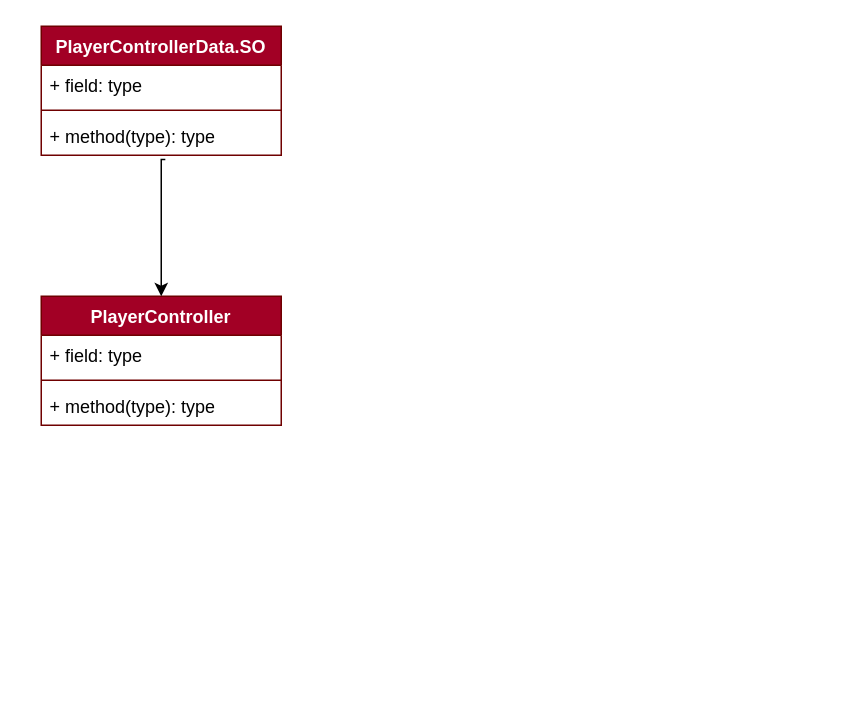
Above: MarketGame.drawio in jackwak/UML (draw.io), before the change. Source tidied: cells renumbered, new cells numbered last; positions are measured from the earlier drawing's top-left corner, leaving out a move shared by most shapes. Both pictures are drawn from the tidied source at 150%, with x=0, y=0 at pixel (40, 26).
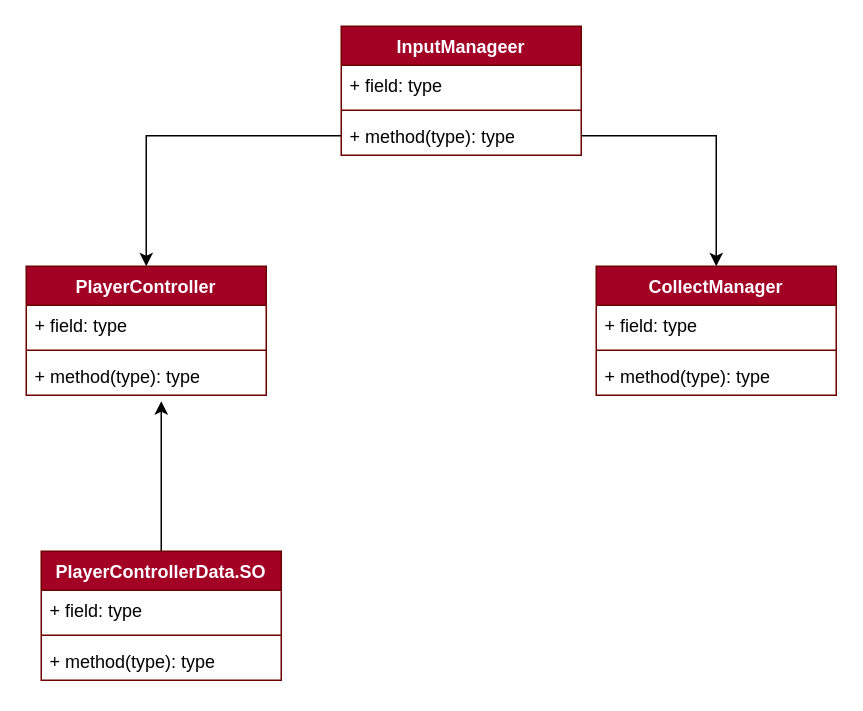
After the change.

The change refers to these unchanged cells:
```xml
<mxCell id="9" value="+ method(type): type" style="text;strokeColor=none;fillColor=none;align=left;verticalAlign=top;spacingLeft=4;spacingRight=4;overflow=hidden;points=[[0,0.5],[1,0.5]];portConstraint=eastwest;whiteSpace=wrap;html=1;" parent="6" vertex="1">
  <mxGeometry y="60" width="160" height="26" as="geometry" />
</mxCell>
```

What changed in the source:
```diff
@@
     <mxCell id="2" value="PlayerController&lt;br&gt;" style="swimlane;fontStyle=1;align=center;verticalAlign=top;horizontal=1;startSize=26;whiteSpace=wrap;html=1;fillColor=#a20025;fontColor=#ffffff;strokeColor=#6F0000;" parent="1" vertex="1">
-      <mxGeometry y="180" width="160" height="86" as="geometry" />
+      <mxGeometry x="-10" y="160" width="160" height="86" as="geometry" />
     </mxCell>
@@
+    <mxCell id="11" style="edgeStyle=orthogonalEdgeStyle;rounded=0;jettySize=auto;html=1;" parent="1" edge="1" source="6">
+      <mxGeometry relative="1" as="geometry">
+        <mxPoint x="80" y="250" as="targetPoint" />
+      </mxGeometry>
+    </mxCell>
     <mxCell id="6" value="PlayerControllerData.SO" style="swimlane;fontStyle=1;align=center;verticalAlign=top;horizontal=1;startSize=26;whiteSpace=wrap;html=1;fillColor=#a20025;fontColor=#ffffff;strokeColor=#6F0000;" parent="1" vertex="1">
-      <mxGeometry width="160" height="86" as="geometry" />
+      <mxGeometry y="350" width="160" height="86" as="geometry" />
     </mxCell>
@@
-    <mxCell id="10" style="edgeStyle=orthogonalEdgeStyle;rounded=0;jettySize=auto;html=1;entryX=0.5;entryY=0;entryDx=0;entryDy=0;exitX=0.517;exitY=1.11;exitDx=0;exitDy=0;exitPerimeter=0;" parent="1" edge="1" source="9" target="2">
-      <mxGeometry relative="1" as="geometry">
-        <Array as="points">
-          <mxPoint x="80" y="89" />
-        </Array>
-      </mxGeometry>
-    </mxCell>
+    <mxCell id="12" value="CollectManager" style="swimlane;fontStyle=1;align=center;verticalAlign=top;horizontal=1;startSize=26;whiteSpace=wrap;html=1;fillColor=#a20025;strokeColor=#6F0000;fontColor=#ffffff;" parent="1" vertex="1">
+      <mxGeometry x="370" y="160" width="160" height="86" as="geometry" />
+    </mxCell>
+    <mxCell id="13" value="+ field: type" style="text;strokeColor=none;fillColor=none;align=left;verticalAlign=top;spacingLeft=4;spacingRight=4;overflow=hidden;whiteSpace=wrap;html=1;" parent="12" vertex="1">
+      <mxGeometry y="26" width="160" height="26" as="geometry" />
+    </mxCell>
+    <mxCell id="14" style="line;strokeWidth=1;fillColor=none;align=left;verticalAlign=middle;spacingTop=-1;spacingLeft=3;spacingRight=3;labelPosition=right;strokeColor=inherit;" parent="12" vertex="1">
+      <mxGeometry y="52" width="160" height="8" as="geometry" />
+    </mxCell>
+    <mxCell id="15" value="+ method(type): type" style="text;strokeColor=none;fillColor=none;align=left;verticalAlign=top;spacingLeft=4;spacingRight=4;overflow=hidden;whiteSpace=wrap;html=1;" parent="12" vertex="1">
+      <mxGeometry y="60" width="160" height="26" as="geometry" />
+    </mxCell>
+    <mxCell id="16" value="InputManageer&lt;div&gt;&lt;br&gt;&lt;/div&gt;" style="swimlane;fontStyle=1;align=center;verticalAlign=top;horizontal=1;startSize=26;whiteSpace=wrap;html=1;fillColor=#a20025;fontColor=#ffffff;strokeColor=#6F0000;" parent="1" vertex="1">
+      <mxGeometry x="200" width="160" height="86" as="geometry" />
+    </mxCell>
+    <mxCell id="17" value="+ field: type" style="text;strokeColor=none;fillColor=none;align=left;verticalAlign=top;spacingLeft=4;spacingRight=4;overflow=hidden;whiteSpace=wrap;html=1;" parent="16" vertex="1">
+      <mxGeometry y="26" width="160" height="26" as="geometry" />
+    </mxCell>
+    <mxCell id="18" style="line;strokeWidth=1;fillColor=none;align=left;verticalAlign=middle;spacingTop=-1;spacingLeft=3;spacingRight=3;labelPosition=right;strokeColor=inherit;" parent="16" vertex="1">
+      <mxGeometry y="52" width="160" height="8" as="geometry" />
+    </mxCell>
+    <mxCell id="19" value="+ method(type): type" style="text;strokeColor=none;fillColor=none;align=left;verticalAlign=top;spacingLeft=4;spacingRight=4;overflow=hidden;points=[[0,0.5],[1,0.5]];portConstraint=eastwest;whiteSpace=wrap;html=1;" parent="16" vertex="1">
+      <mxGeometry y="60" width="160" height="26" as="geometry" />
+    </mxCell>
+    <mxCell id="20" style="edgeStyle=orthogonalEdgeStyle;rounded=0;jettySize=auto;html=1;entryX=0.5;entryY=0;entryDx=0;entryDy=0;" parent="1" edge="1" source="19" target="12">
+      <mxGeometry relative="1" as="geometry" />
+    </mxCell>
+    <mxCell id="21" style="edgeStyle=orthogonalEdgeStyle;rounded=0;jettySize=auto;html=1;" parent="1" edge="1" source="19" target="2">
+      <mxGeometry relative="1" as="geometry" />
+    </mxCell>
```
